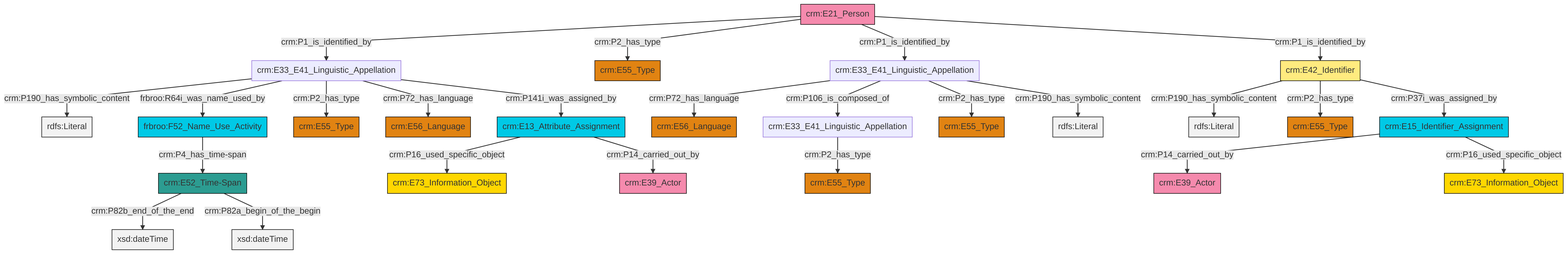
Before: et/personCSV/ttl/mmd/png/Person_Names_and_Classification.png, a diagram exported from Mermaid (swiss-art-research-net/docs.swissartresearch). Its source is kept beside it as et/personCSV/ttl/mmd/Person_Names_and_Classification.ttl.mmd.
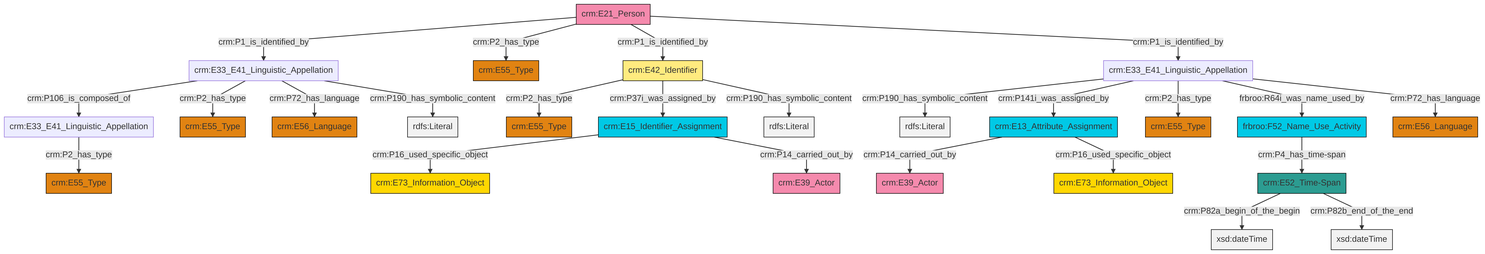
Later version of the same file.

The edit, as a diff of the source:
```diff
@@ -13,27 +13,27 @@
 classDef PC_Classes fill:#4ce600, stroke:#000000;
 classDef Multi fill:#cccccc,stroke:#000000;
 
-0["crm:E21_Person"]:::Actor -->|crm:P1_is_identified_by| 1["crm:E33_E41_Linguistic_Appellation"]:::Default
-8["crm:E15_Identifier_Assignment"]:::Temporal_Entity -->|crm:P14_carried_out_by| 9["crm:E39_Actor"]:::Actor
-8["crm:E15_Identifier_Assignment"]:::Temporal_Entity -->|crm:P16_used_specific_object| 12["crm:E73_Information_Object"]:::Conceptual_Object
-14["crm:E33_E41_Linguistic_Appellation"]:::Default -->|crm:P72_has_language| 15["crm:E56_Language"]:::Type
-1["crm:E33_E41_Linguistic_Appellation"]:::Default -->|crm:P190_has_symbolic_content| 18[rdfs:Literal]:::Literal
-19["crm:E42_Identifier"]:::Appellation -->|crm:P190_has_symbolic_content| 20[rdfs:Literal]:::Literal
-14["crm:E33_E41_Linguistic_Appellation"]:::Default -->|crm:P106_is_composed_of| 22["crm:E33_E41_Linguistic_Appellation"]:::Default
-0["crm:E21_Person"]:::Actor -->|crm:P2_has_type| 4["crm:E55_Type"]:::Type
-14["crm:E33_E41_Linguistic_Appellation"]:::Default -->|crm:P2_has_type| 24["crm:E55_Type"]:::Type
-19["crm:E42_Identifier"]:::Appellation -->|crm:P2_has_type| 25["crm:E55_Type"]:::Type
-27["crm:E52_Time-Span"]:::Time-Span -->|crm:P82b_end_of_the_end| 28[xsd:dateTime]:::Literal
-29["frbroo:F52_Name_Use_Activity"]:::Temporal_Entity -->|crm:P4_has_time-span| 27["crm:E52_Time-Span"]:::Time-Span
-1["crm:E33_E41_Linguistic_Appellation"]:::Default -->|frbroo:R64i_was_name_used_by| 29["frbroo:F52_Name_Use_Activity"]:::Temporal_Entity
-14["crm:E33_E41_Linguistic_Appellation"]:::Default -->|crm:P190_has_symbolic_content| 33[rdfs:Literal]:::Literal
-19["crm:E42_Identifier"]:::Appellation -->|crm:P37i_was_assigned_by| 8["crm:E15_Identifier_Assignment"]:::Temporal_Entity
-1["crm:E33_E41_Linguistic_Appellation"]:::Default -->|crm:P2_has_type| 30["crm:E55_Type"]:::Type
-22["crm:E33_E41_Linguistic_Appellation"]:::Default -->|crm:P2_has_type| 6["crm:E55_Type"]:::Type
-1["crm:E33_E41_Linguistic_Appellation"]:::Default -->|crm:P72_has_language| 37["crm:E56_Language"]:::Type
-10["crm:E13_Attribute_Assignment"]:::Temporal_Entity -->|crm:P16_used_specific_object| 35["crm:E73_Information_Object"]:::Conceptual_Object
-10["crm:E13_Attribute_Assignment"]:::Temporal_Entity -->|crm:P14_carried_out_by| 2["crm:E39_Actor"]:::Actor
-0["crm:E21_Person"]:::Actor -->|crm:P1_is_identified_by| 14["crm:E33_E41_Linguistic_Appellation"]:::Default
-0["crm:E21_Person"]:::Actor -->|crm:P1_is_identified_by| 19["crm:E42_Identifier"]:::Appellation
-1["crm:E33_E41_Linguistic_Appellation"]:::Default -->|crm:P141i_was_assigned_by| 10["crm:E13_Attribute_Assignment"]:::Temporal_Entity
-27["crm:E52_Time-Span"]:::Time-Span -->|crm:P82a_begin_of_the_begin| 46[xsd:dateTime]:::Literal
+0["crm:E33_E41_Linguistic_Appellation"]:::Default -->|crm:P106_is_composed_of| 1["crm:E33_E41_Linguistic_Appellation"]:::Default
+4["crm:E33_E41_Linguistic_Appellation"]:::Default -->|crm:P190_has_symbolic_content| 5[rdfs:Literal]:::Literal
+0["crm:E33_E41_Linguistic_Appellation"]:::Default -->|crm:P2_has_type| 8["crm:E55_Type"]:::Type
+12["crm:E21_Person"]:::Actor -->|crm:P1_is_identified_by| 0["crm:E33_E41_Linguistic_Appellation"]:::Default
+13["crm:E13_Attribute_Assignment"]:::Temporal_Entity -->|crm:P14_carried_out_by| 14["crm:E39_Actor"]:::Actor
+15["crm:E42_Identifier"]:::Appellation -->|crm:P2_has_type| 16["crm:E55_Type"]:::Type
+1["crm:E33_E41_Linguistic_Appellation"]:::Default -->|crm:P2_has_type| 17["crm:E55_Type"]:::Type
+13["crm:E13_Attribute_Assignment"]:::Temporal_Entity -->|crm:P16_used_specific_object| 19["crm:E73_Information_Object"]:::Conceptual_Object
+12["crm:E21_Person"]:::Actor -->|crm:P2_has_type| 22["crm:E55_Type"]:::Type
+4["crm:E33_E41_Linguistic_Appellation"]:::Default -->|crm:P141i_was_assigned_by| 13["crm:E13_Attribute_Assignment"]:::Temporal_Entity
+20["crm:E52_Time-Span"]:::Time-Span -->|crm:P82a_begin_of_the_begin| 28[xsd:dateTime]:::Literal
+15["crm:E42_Identifier"]:::Appellation -->|crm:P37i_was_assigned_by| 29["crm:E15_Identifier_Assignment"]:::Temporal_Entity
+29["crm:E15_Identifier_Assignment"]:::Temporal_Entity -->|crm:P16_used_specific_object| 23["crm:E73_Information_Object"]:::Conceptual_Object
+12["crm:E21_Person"]:::Actor -->|crm:P1_is_identified_by| 15["crm:E42_Identifier"]:::Appellation
+4["crm:E33_E41_Linguistic_Appellation"]:::Default -->|crm:P2_has_type| 25["crm:E55_Type"]:::Type
+12["crm:E21_Person"]:::Actor -->|crm:P1_is_identified_by| 4["crm:E33_E41_Linguistic_Appellation"]:::Default
+4["crm:E33_E41_Linguistic_Appellation"]:::Default -->|frbroo:R64i_was_name_used_by| 6["frbroo:F52_Name_Use_Activity"]:::Temporal_Entity
+0["crm:E33_E41_Linguistic_Appellation"]:::Default -->|crm:P72_has_language| 34["crm:E56_Language"]:::Type
+4["crm:E33_E41_Linguistic_Appellation"]:::Default -->|crm:P72_has_language| 2["crm:E56_Language"]:::Type
+0["crm:E33_E41_Linguistic_Appellation"]:::Default -->|crm:P190_has_symbolic_content| 38[rdfs:Literal]:::Literal
+15["crm:E42_Identifier"]:::Appellation -->|crm:P190_has_symbolic_content| 39[rdfs:Literal]:::Literal
+29["crm:E15_Identifier_Assignment"]:::Temporal_Entity -->|crm:P14_carried_out_by| 31["crm:E39_Actor"]:::Actor
+6["frbroo:F52_Name_Use_Activity"]:::Temporal_Entity -->|crm:P4_has_time-span| 20["crm:E52_Time-Span"]:::Time-Span
+20["crm:E52_Time-Span"]:::Time-Span -->|crm:P82b_end_of_the_end| 40[xsd:dateTime]:::Literal
```
